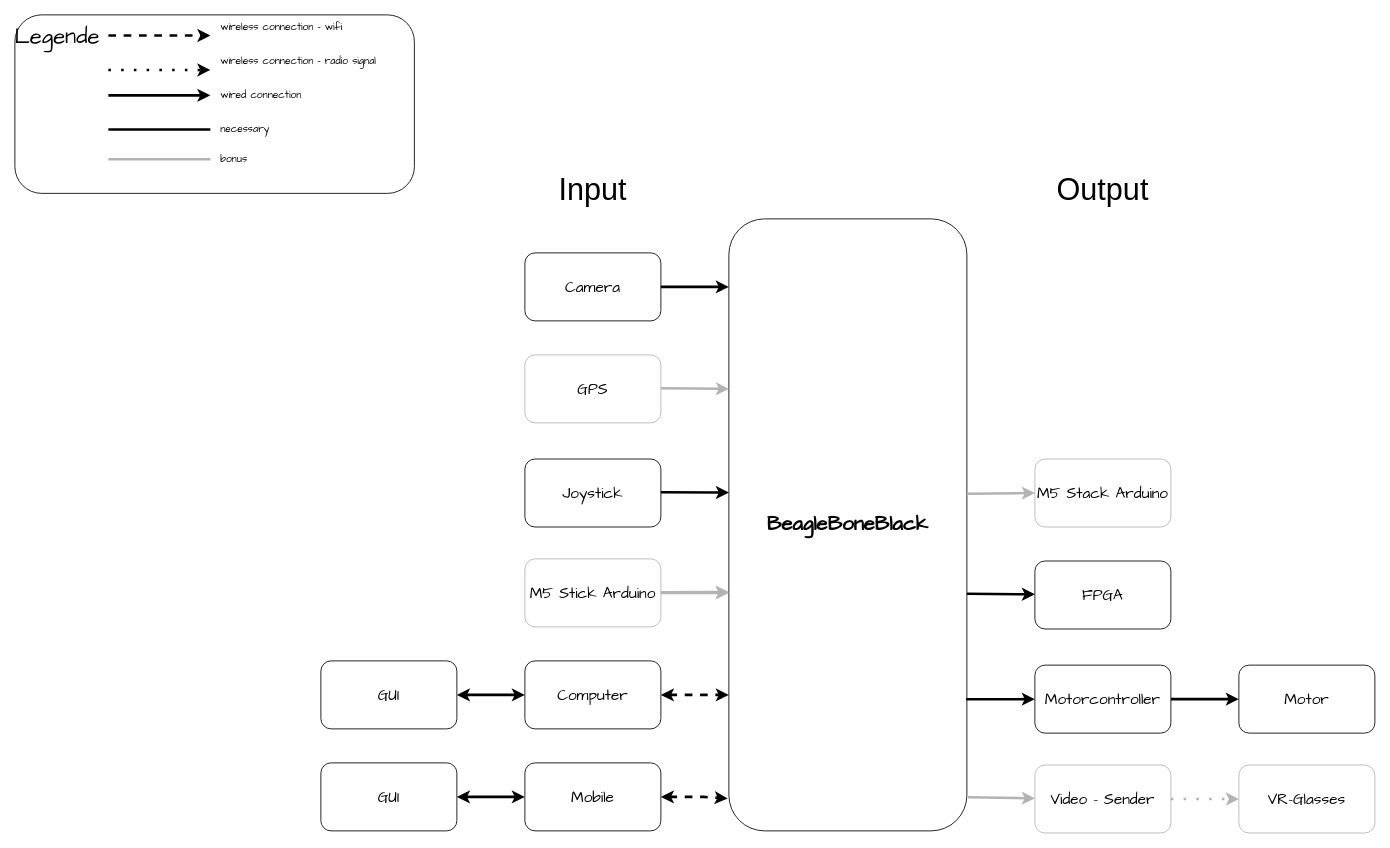
Above: Software/Doku/overview.drawio in OgLocGreen/proyecto_sistema_mecatronico_industrial (draw.io), before the change. Source tidied: cells renumbered, new cells numbered last; positions are measured from the earlier drawing's top-left corner, leaving out a move shared by most shapes. Both pictures are drawn from the tidied source at 85%, with x=0, y=0 at pixel (14, 14).
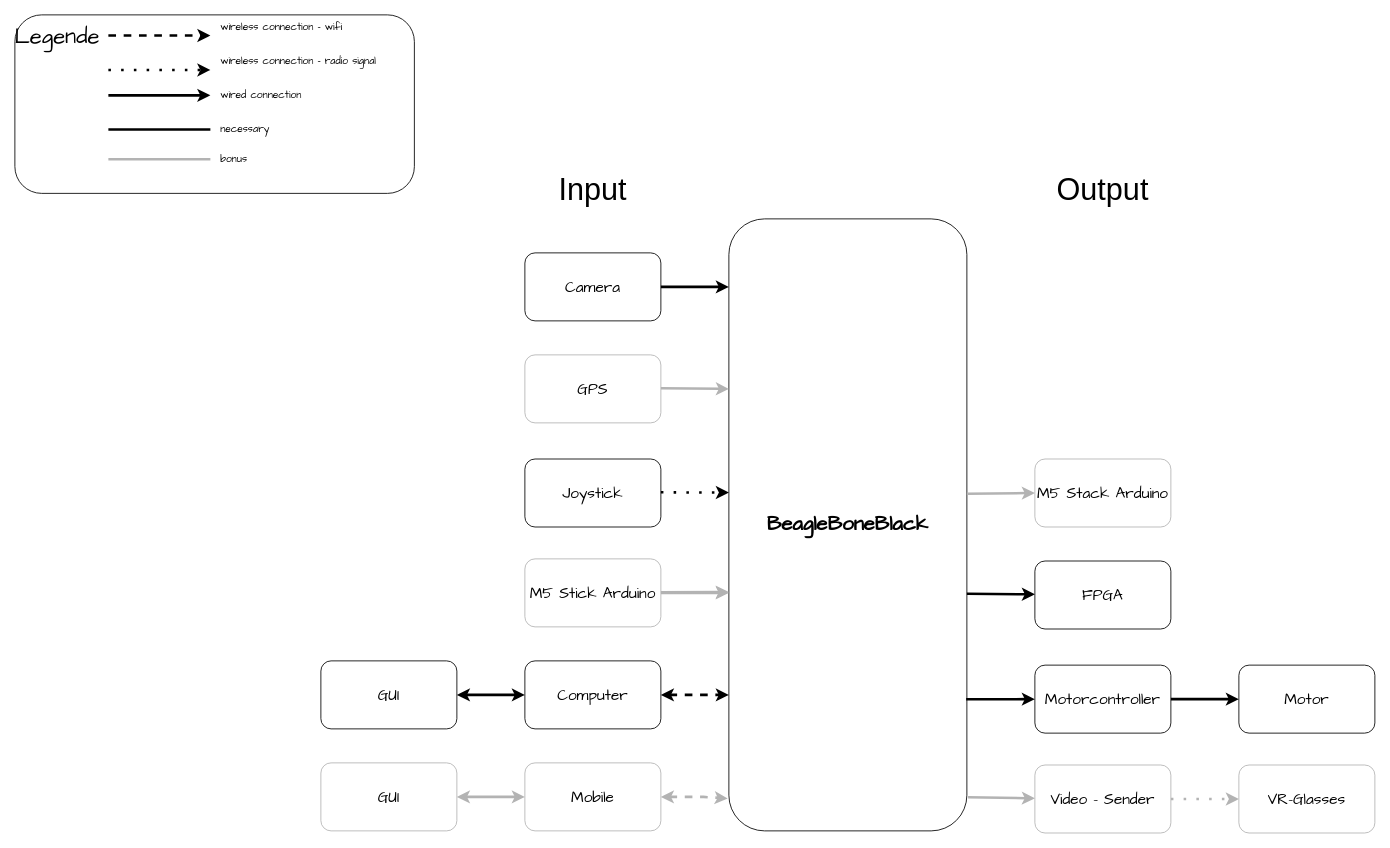
The same page after the edit.

Unchanged cells that the change refers to:
```xml
<mxCell id="6" value="&lt;h1&gt;&lt;font style=&quot;font-size: 24px&quot;&gt;BeagleBoneBlack&lt;/font&gt;&lt;/h1&gt;" style="rounded=1;whiteSpace=wrap;html=1;fontFamily=Comic Sans MS;" parent="1" vertex="1">
  <mxGeometry x="840" y="240" width="280" height="720" as="geometry" />
</mxCell>
```

The edit, as a diff of the source:
```diff
@@
-    <mxCell id="4" value="&lt;font style=&quot;font-size: 18px&quot;&gt;GUI &lt;/font&gt;" style="rounded=1;whiteSpace=wrap;html=1;fontFamily=Comic Sans MS;" parent="1" vertex="1">
+    <mxCell id="4" value="&lt;font style=&quot;font-size: 18px&quot;&gt;GUI &lt;/font&gt;" style="rounded=1;whiteSpace=wrap;html=1;fontFamily=Comic Sans MS;strokeColor=#B3B3B3;" parent="1" vertex="1">
       <mxGeometry x="360" y="880" width="160" height="80" as="geometry" />
     </mxCell>
@@
-    <mxCell id="19" value="&lt;font style=&quot;font-size: 18px&quot;&gt;Mobile&lt;/font&gt;" style="rounded=1;whiteSpace=wrap;html=1;fontFamily=Comic Sans MS;" parent="1" vertex="1">
+    <mxCell id="19" value="&lt;font style=&quot;font-size: 18px&quot;&gt;Mobile&lt;/font&gt;" style="rounded=1;whiteSpace=wrap;html=1;fontFamily=Comic Sans MS;strokeColor=#B3B3B3;" parent="1" vertex="1">
       <mxGeometry x="600" y="880" width="160" height="80" as="geometry" />
     </mxCell>
@@
-    <mxCell id="27" style="endArrow=classic;startArrow=classic;html=1;rounded=0;dashed=1;strokeWidth=3;exitX=1;exitY=0.5;exitDx=0;exitDy=0;entryX=-0.005;entryY=0.947;entryDx=0;entryDy=0;entryPerimeter=0;fontFamily=Comic Sans MS;" parent="1" edge="1" source="19" target="6">
+    <mxCell id="27" style="endArrow=classic;startArrow=classic;html=1;rounded=0;dashed=1;strokeWidth=3;exitX=1;exitY=0.5;exitDx=0;exitDy=0;entryX=-0.005;entryY=0.947;entryDx=0;entryDy=0;entryPerimeter=0;fontFamily=Comic Sans MS;strokeColor=#B3B3B3;" parent="1" edge="1" source="19" target="6">
       <mxGeometry relative="1" as="geometry">
         <Array as="points">
           <mxPoint x="810" y="920" />
         </Array>
       </mxGeometry>
     </mxCell>
@@
-    <mxCell id="33" style="endArrow=classic;html=1;rounded=0;strokeWidth=3;fontFamily=Comic Sans MS;" parent="1" edge="1">
+    <mxCell id="33" style="endArrow=classic;html=1;rounded=0;strokeWidth=3;fontFamily=Comic Sans MS;dashed=1;dashPattern=1 4;" parent="1" edge="1">
       <mxGeometry relative="1" as="geometry">
         <mxPoint x="760" y="561.7" as="sourcePoint" />
         <mxPoint x="840" y="562" as="targetPoint" />
       </mxGeometry>
     </mxCell>
@@
-    <mxCell id="37" style="endArrow=classic;startArrow=classic;html=1;rounded=0;strokeWidth=3;entryX=0;entryY=0.5;entryDx=0;entryDy=0;exitX=1;exitY=0.5;exitDx=0;exitDy=0;fontFamily=Comic Sans MS;" parent="1" edge="1" source="4" target="19">
+    <mxCell id="37" style="endArrow=classic;startArrow=classic;html=1;rounded=0;strokeWidth=3;entryX=0;entryY=0.5;entryDx=0;entryDy=0;exitX=1;exitY=0.5;exitDx=0;exitDy=0;fontFamily=Comic Sans MS;strokeColor=#B3B3B3;" parent="1" edge="1" source="4" target="19">
       <mxGeometry relative="1" as="geometry" />
     </mxCell>
```
